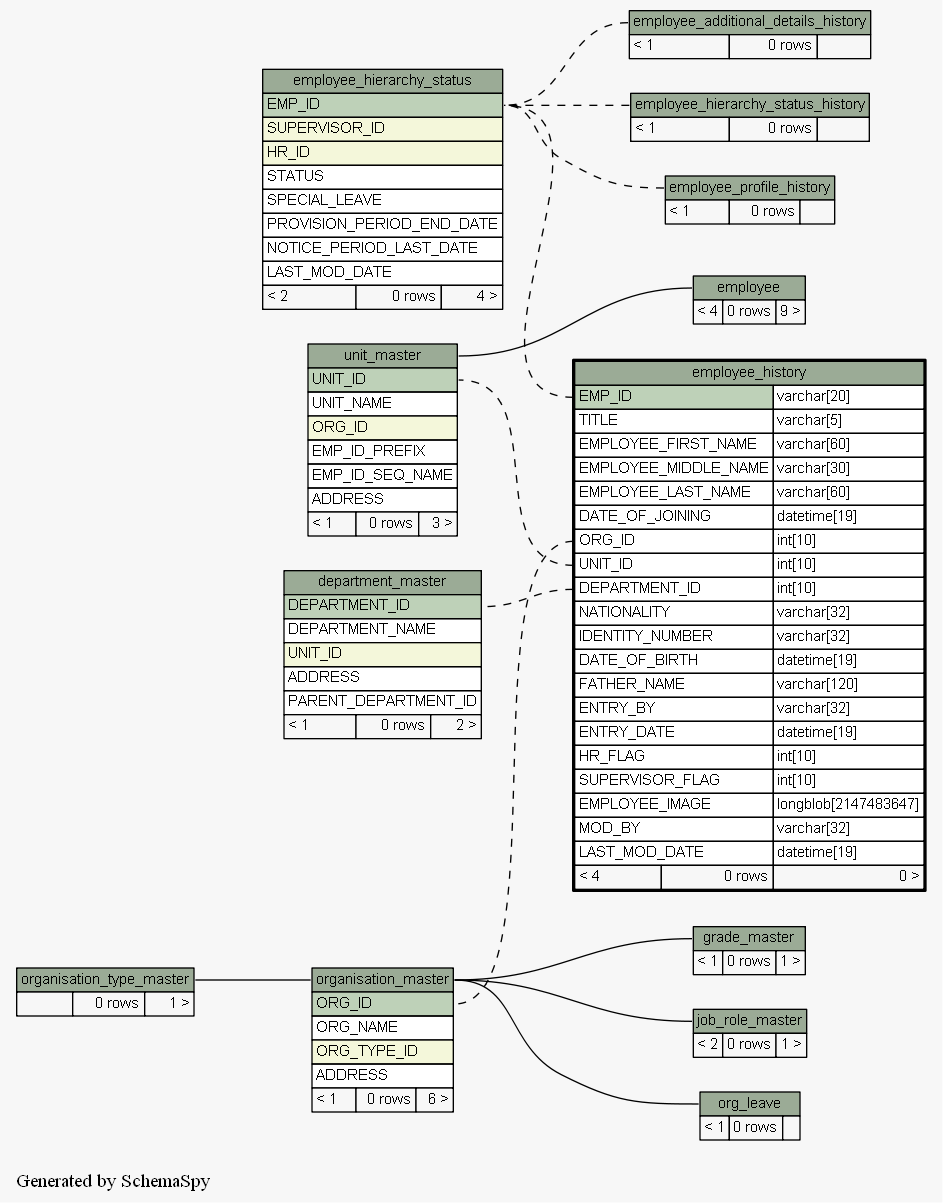
Before: docs/database/schemaspy/graphs/employee_history.implied2degrees.png, a diagram exported from Graphviz (engineerscraft/hrms). Its source is kept beside it as docs/database/schemaspy/graphs/employee_history.implied2degrees.dot.
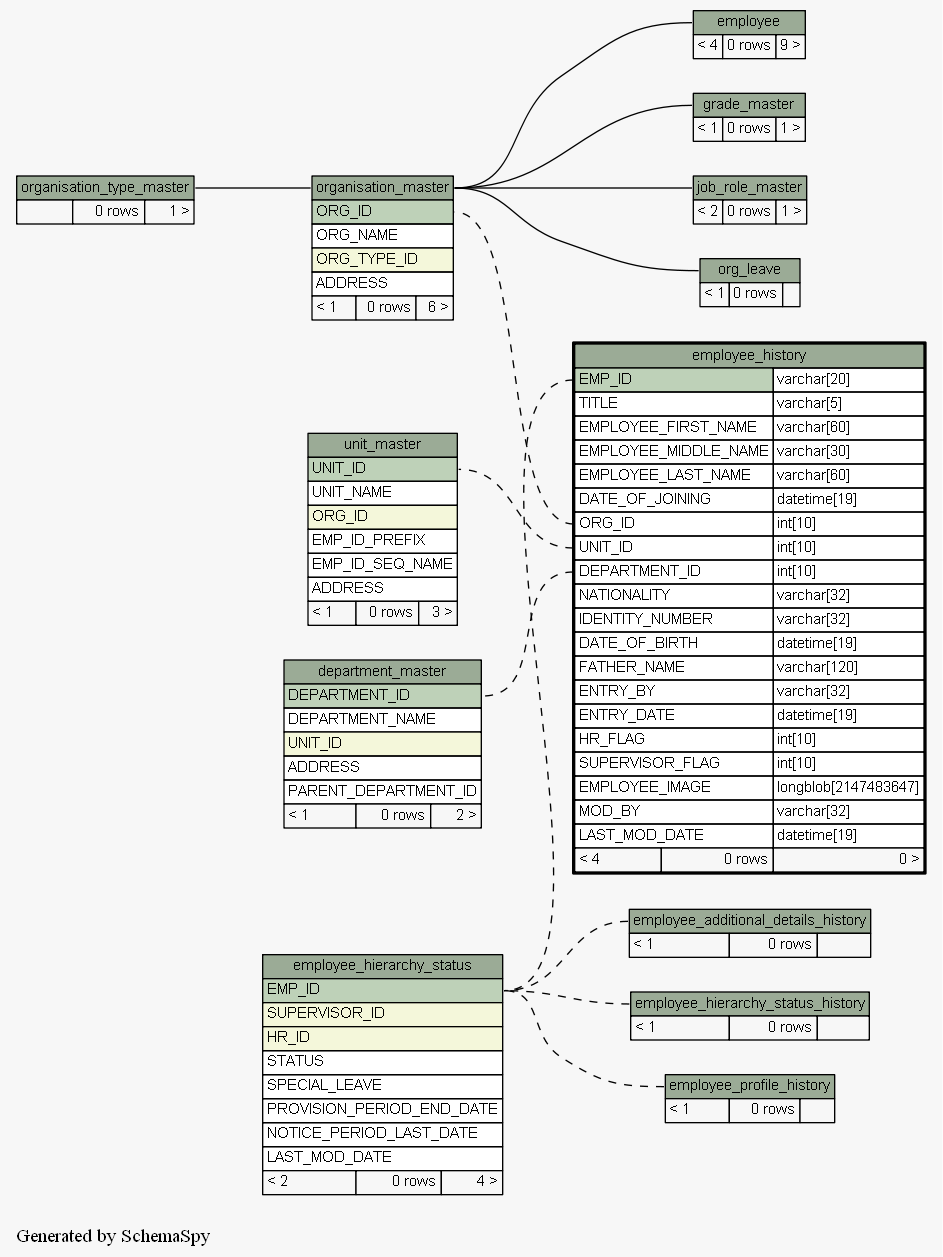
The same file after the commit.

The edit, as a diff of the source:
```diff
@@ -13,7 +13,7 @@
   edge [
     arrowsize="0.8"
   ];
-  "employee":"employee.heading":w -> "unit_master":"unit_master.heading":e [arrowtail=crowodot arrowhead=none];
+  "employee":"employee.heading":w -> "organisation_master":"organisation_master.heading":e [arrowtail=crowodot arrowhead=none];
   "employee_additional_details_history":"employee_additional_details_history.heading":w -> "employee_hierarchy_status":"EMP_ID":e [arrowtail=crowodot arrowhead=none style=dashed];
   "employee_hierarchy_status_history":"employee_hierarchy_status_history.heading":w -> "employee_hierarchy_status":"EMP_ID":e [arrowtail=tee arrowhead=none style=dashed];
   "employee_history":"DEPARTMENT_ID":w -> "department_master":"DEPARTMENT_ID":e [arrowtail=crowodot arrowhead=none style=dashed];
```
